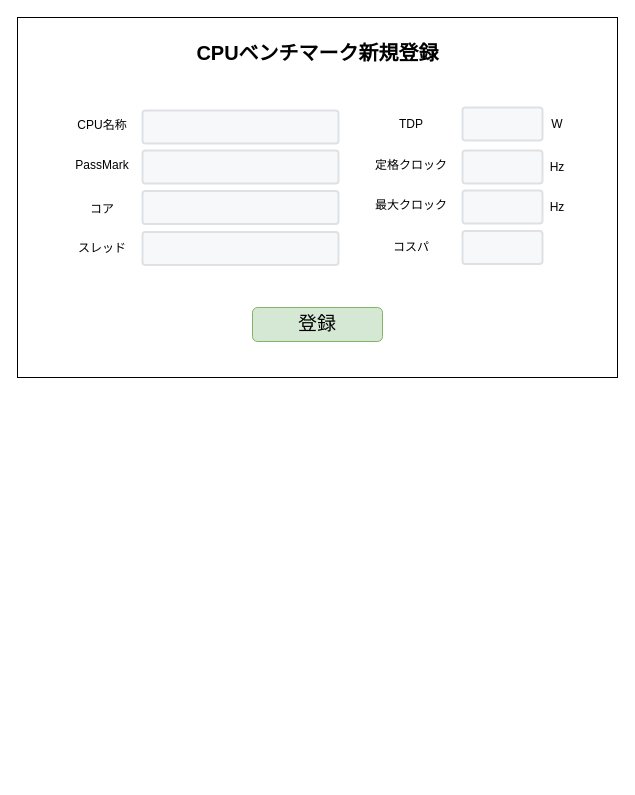
Above: page "S05-02 ベンチマーク新規登録" (2 of 3) of 各種設計書/6.画面設計書/S05_ベンチマークマスタ.drawio in HaruShim/Sotuken (draw.io), before the change. Source tidied: cells renumbered, new cells numbered last; positions are measured from the earlier drawing's top-left corner, leaving out a move shared by most shapes. Both pictures are drawn from the tidied source at 100%, with x=0, y=0 at pixel (17, 17).
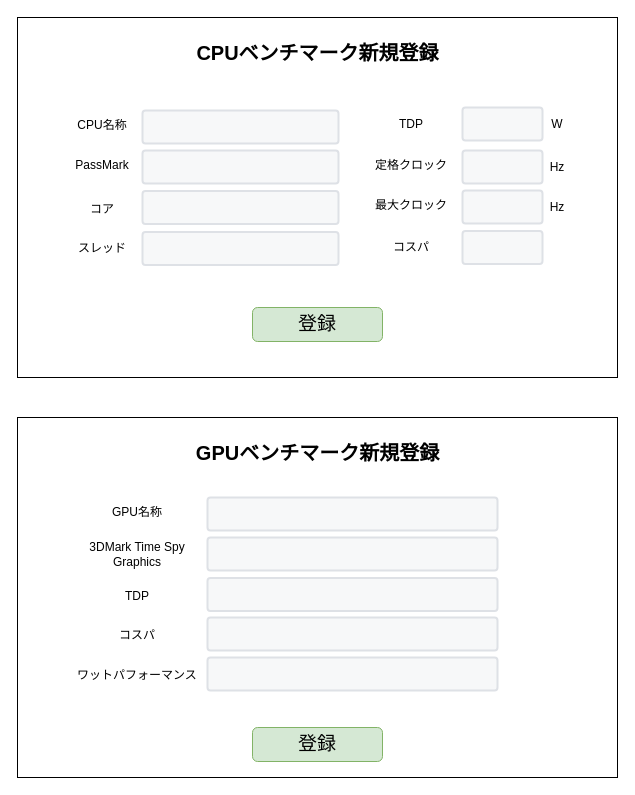
After the change.

Change to the diagram source:
```diff
@@
+    <mxCell id="26" style="rounded=0;whiteSpace=wrap;html=1;fillColor=default;strokeColor=default;fontColor=default;" parent="24" vertex="1">
+      <mxGeometry y="400" width="600" height="360" as="geometry" />
+    </mxCell>
+    <mxCell id="27" value="GPUベンチマーク新規登録" style="text;html=1;strokeColor=none;fillColor=none;align=center;verticalAlign=middle;whiteSpace=wrap;rounded=0;fontColor=default;fontStyle=1;fontSize=20;" parent="24" vertex="1">
+      <mxGeometry x="173.8" y="410" width="252.5" height="50" as="geometry" />
+    </mxCell>
+    <mxCell id="28" value="&lt;span style=&quot;font-size: 19px&quot;&gt;登録&lt;/span&gt;" style="rounded=1;whiteSpace=wrap;html=1;align=center;labelBackgroundColor=none;fillColor=#d5e8d4;strokeColor=#82b366;" parent="24" vertex="1">
+      <mxGeometry x="235" y="710" width="130" height="34" as="geometry" />
+    </mxCell>
+    <mxCell id="29" value="GPU名称" style="text;html=1;strokeColor=none;fillColor=none;align=center;verticalAlign=middle;whiteSpace=wrap;rounded=0;" parent="24" vertex="1">
+      <mxGeometry x="90" y="480" width="60" height="30" as="geometry" />
+    </mxCell>
+    <mxCell id="30" style="rounded=1;arcSize=9;fillColor=#F7F8F9;align=left;spacingLeft=5;strokeColor=#DEE1E6;html=1;strokeWidth=2;fontSize=12;" parent="24" vertex="1">
+      <mxGeometry x="190" y="480" width="290" height="33" as="geometry" />
+    </mxCell>
+    <mxCell id="31" value="3DMark Time Spy Graphics" style="text;html=1;strokeColor=none;fillColor=none;align=center;verticalAlign=middle;whiteSpace=wrap;rounded=0;" parent="24" vertex="1">
+      <mxGeometry x="65" y="521.5" width="110" height="30" as="geometry" />
+    </mxCell>
+    <mxCell id="32" style="rounded=1;arcSize=9;fillColor=#F7F8F9;align=left;spacingLeft=5;strokeColor=#DEE1E6;html=1;strokeWidth=2;fontSize=12;" parent="24" vertex="1">
+      <mxGeometry x="190" y="520" width="290" height="33" as="geometry" />
+    </mxCell>
+    <mxCell id="33" value="ワットパフォーマンス" style="text;html=1;strokeColor=none;fillColor=none;align=center;verticalAlign=middle;whiteSpace=wrap;rounded=0;" parent="24" vertex="1">
+      <mxGeometry x="55" y="643" width="130" height="30" as="geometry" />
+    </mxCell>
+    <mxCell id="34" style="rounded=1;arcSize=9;fillColor=#F7F8F9;align=left;spacingLeft=5;strokeColor=#DEE1E6;html=1;strokeWidth=2;fontSize=12;" parent="24" vertex="1">
+      <mxGeometry x="190" y="640" width="290" height="33" as="geometry" />
+    </mxCell>
+    <mxCell id="35" value="コスパ" style="text;html=1;strokeColor=none;fillColor=none;align=center;verticalAlign=middle;whiteSpace=wrap;rounded=0;" parent="24" vertex="1">
+      <mxGeometry x="90" y="603" width="60" height="30" as="geometry" />
+    </mxCell>
+    <mxCell id="36" style="rounded=1;arcSize=9;fillColor=#F7F8F9;align=left;spacingLeft=5;strokeColor=#DEE1E6;html=1;strokeWidth=2;fontSize=12;" parent="24" vertex="1">
+      <mxGeometry x="190" y="600" width="290" height="33" as="geometry" />
+    </mxCell>
+    <mxCell id="37" value="TDP" style="text;html=1;strokeColor=none;fillColor=none;align=center;verticalAlign=middle;whiteSpace=wrap;rounded=0;" parent="24" vertex="1">
+      <mxGeometry x="90" y="563.5" width="60" height="30" as="geometry" />
+    </mxCell>
+    <mxCell id="38" style="rounded=1;arcSize=9;fillColor=#F7F8F9;align=left;spacingLeft=5;strokeColor=#DEE1E6;html=1;strokeWidth=2;fontSize=12;" parent="24" vertex="1">
+      <mxGeometry x="190" y="560.5" width="290" height="33" as="geometry" />
+    </mxCell>
```
